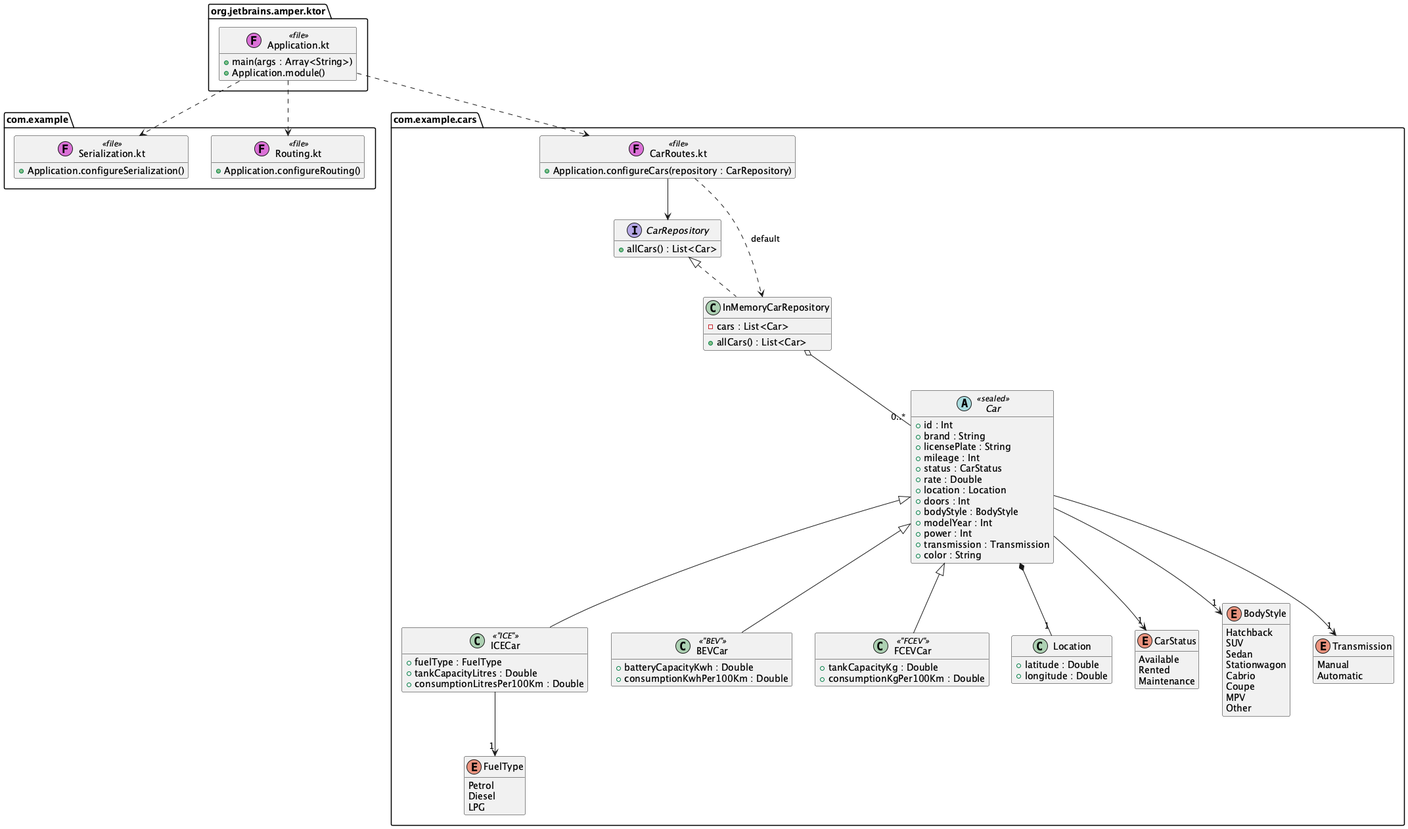
The PlantUML diagram docs/diagrams/class-cars.png in Rent-a-car-38291/rent-a-car, before a commit.
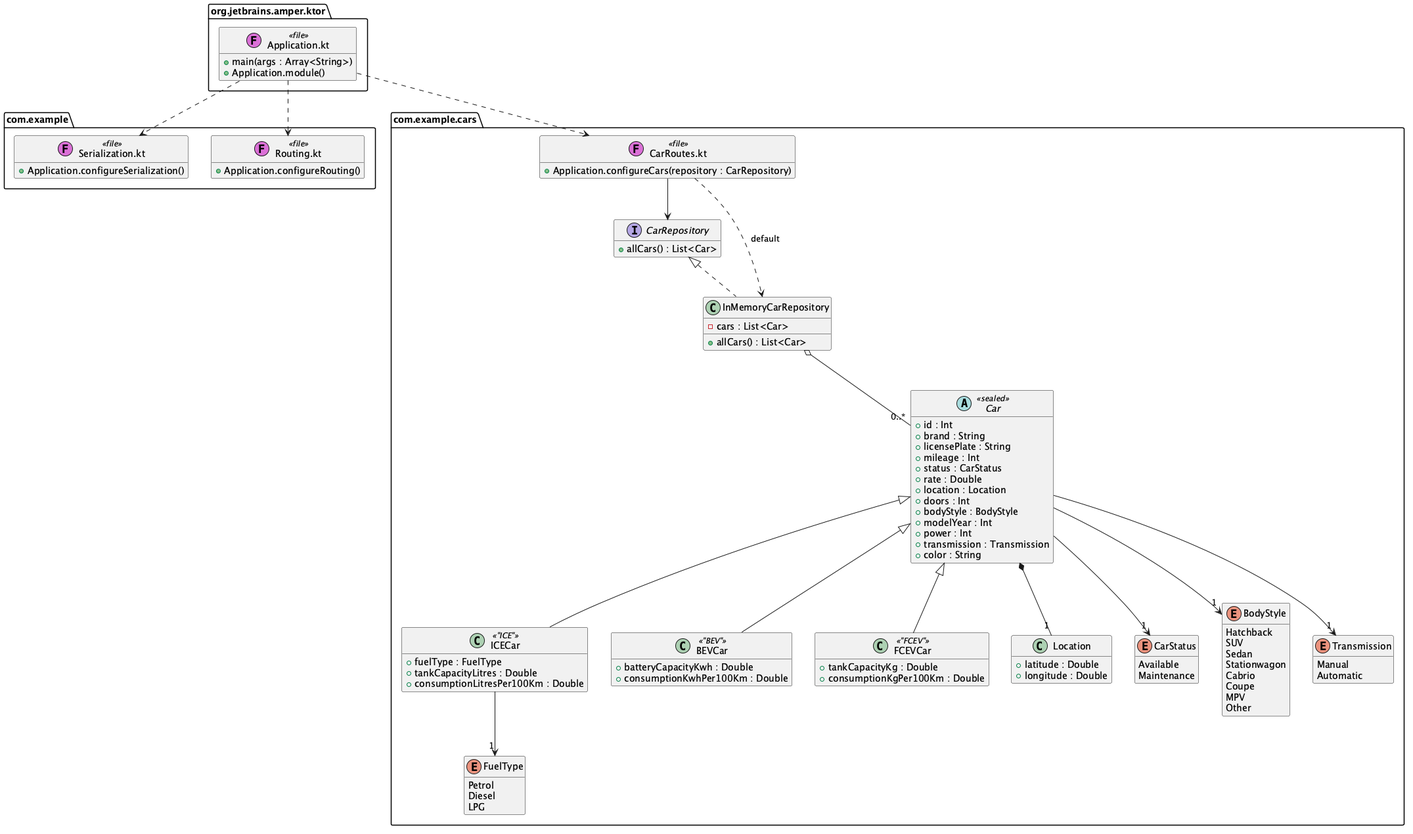
After the change.

Diff of the diagram source:
```diff
@@ -63,7 +63,6 @@
   }
   enum CarStatus {
     Available
-    Rented
     Maintenance
   }
   enum BodyStyle {
```
